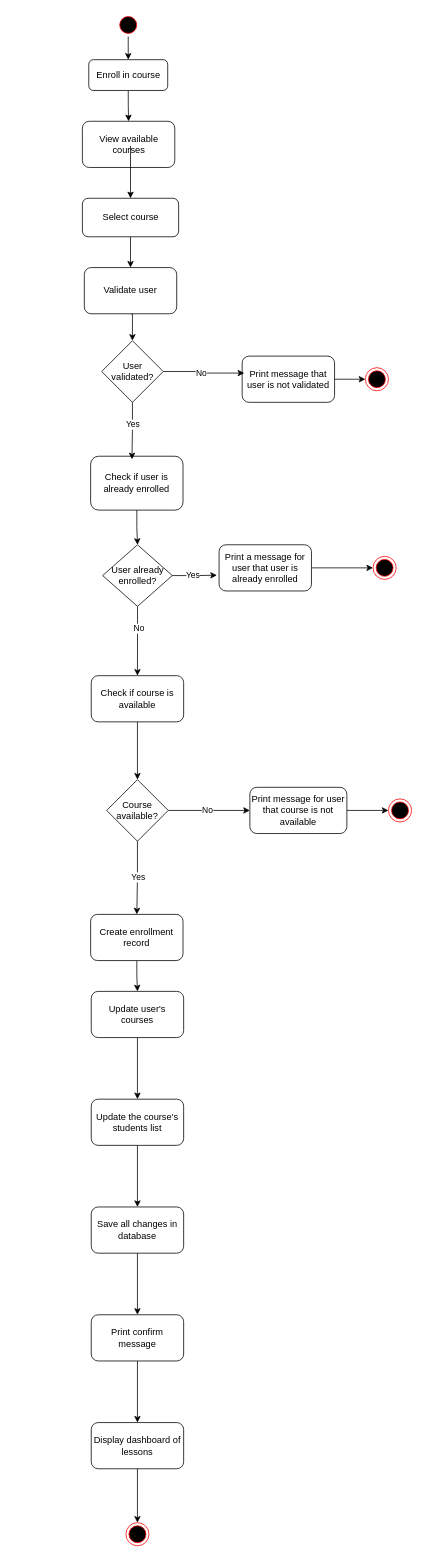
catray05/prog2_lab6 keeps this draw.io diagram as page "Page-1" (1 of 2) of activityDiagram.drawio. Above is the earlier version. Source tidied: cells renumbered, new cells numbered last; positions are measured from the earlier drawing's top-left corner, leaving out a move shared by most shapes. Both pictures are drawn from the tidied source at 77%, with x=0, y=0 at pixel (82, 13).
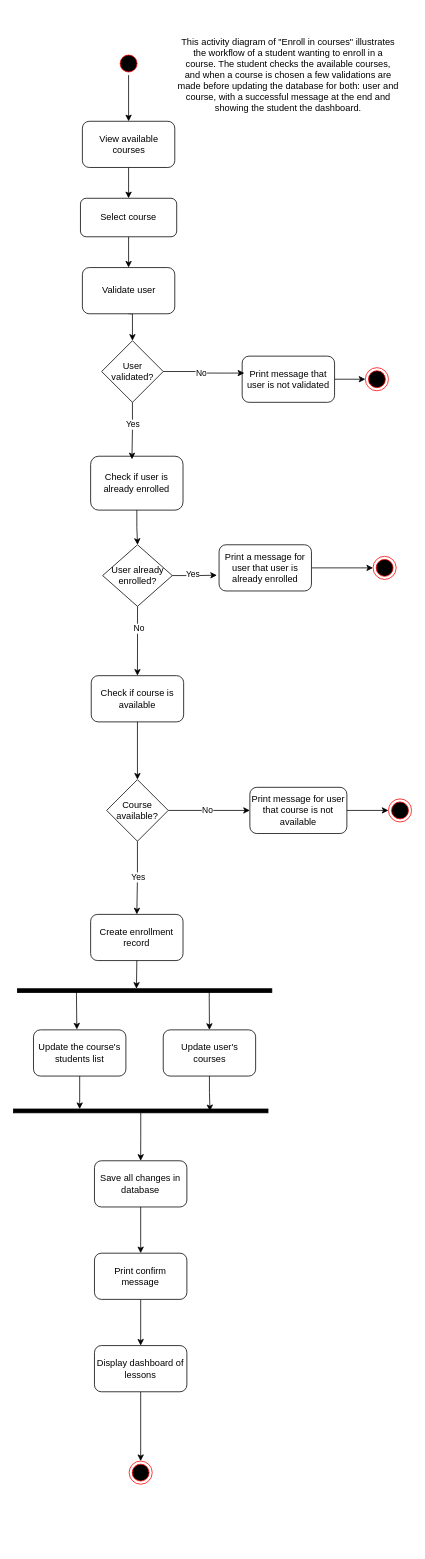
The same diagram, later.

Commit message:
almost the final, changes to sequence were made and added the short explaination

The change refers to these unchanged cells:
```xml
<mxCell id="2" value="View available courses" style="rounded=1;whiteSpace=wrap;html=1;" parent="1" vertex="1">
  <mxGeometry x="0.5" y="140" width="120" height="60" as="geometry" />
</mxCell>
<mxCell id="33" value="Create enrollment record" style="rounded=1;whiteSpace=wrap;html=1;" parent="1" vertex="1">
  <mxGeometry x="11.2" y="1170" width="120" height="60" as="geometry" />
</mxCell>
```

The edit, as a diff of the source:
```diff
@@
+    <mxCell id="53" style="edgeStyle=orthogonalEdgeStyle;rounded=0;jettySize=auto;html=1;entryX=0.5;entryY=0;entryDx=0;entryDy=0;" parent="1" edge="1" source="2" target="5">
+      <mxGeometry relative="1" as="geometry" />
+    </mxCell>
@@
-    <mxCell id="3" style="endArrow=classic;html=1;rounded=0;entryX=0.5;entryY=0;entryDx=0;entryDy=0;" parent="1" edge="1" target="5">
-      <mxGeometry relative="1" as="geometry">
-        <mxPoint x="63" y="172" as="sourcePoint" />
-      </mxGeometry>
-    </mxCell>
@@
     <mxCell id="5" value="Select course" style="rounded=1;whiteSpace=wrap;html=1;" parent="1" vertex="1">
-      <mxGeometry x="0.5" y="240" width="125" height="50" as="geometry" />
+      <mxGeometry x="-2" y="240" width="125" height="50" as="geometry" />
     </mxCell>
@@
-    <mxCell id="26" style="edgeStyle=orthogonalEdgeStyle;rounded=0;jettySize=auto;html=1;exitX=0.5;exitY=1;exitDx=0;exitDy=0;entryX=0.5;entryY=0;entryDx=0;entryDy=0;" parent="1" edge="1" source="27" target="52">
-      <mxGeometry relative="1" as="geometry" />
-    </mxCell>
+    <mxCell id="54" style="edgeStyle=orthogonalEdgeStyle;rounded=0;jettySize=auto;html=1;entryX=0.5;entryY=0;entryDx=0;entryDy=0;" parent="1" edge="1" source="27" target="2">
+      <mxGeometry relative="1" as="geometry" />
+    </mxCell>
     <mxCell id="27" style="ellipse;html=1;shape=startState;fillColor=#000000;strokeColor=#ff0000;" parent="1" vertex="1">
-      <mxGeometry x="45" width="30" height="30" as="geometry" />
+      <mxGeometry x="45.5" y="50" width="30" height="30" as="geometry" />
     </mxCell>
@@
-    <mxCell id="32" style="edgeStyle=orthogonalEdgeStyle;rounded=0;jettySize=auto;html=1;exitX=0.5;exitY=1;exitDx=0;exitDy=0;" parent="1" edge="1" source="33" target="35">
-      <mxGeometry relative="1" as="geometry" />
-    </mxCell>
@@
-    <mxCell id="34" style="edgeStyle=orthogonalEdgeStyle;rounded=0;jettySize=auto;html=1;" parent="1" edge="1" source="35" target="37">
-      <mxGeometry relative="1" as="geometry" />
-    </mxCell>
     <mxCell id="35" value="Update user's courses" style="rounded=1;whiteSpace=wrap;html=1;" parent="1" vertex="1">
-      <mxGeometry x="12" y="1270" width="120" height="60" as="geometry" />
+      <mxGeometry x="105.5" y="1320" width="120" height="60" as="geometry" />
     </mxCell>
-    <mxCell id="36" style="edgeStyle=orthogonalEdgeStyle;rounded=0;jettySize=auto;html=1;" parent="1" edge="1" source="37" target="39">
-      <mxGeometry relative="1" as="geometry" />
-    </mxCell>
     <mxCell id="37" value="Update the course's students list" style="whiteSpace=wrap;html=1;rounded=1;" parent="1" vertex="1">
-      <mxGeometry x="12" y="1410" width="120" height="60" as="geometry" />
+      <mxGeometry x="-63" y="1320" width="120" height="60" as="geometry" />
     </mxCell>
@@
     <mxCell id="39" value="Save all changes in database" style="whiteSpace=wrap;html=1;rounded=1;" parent="1" vertex="1">
-      <mxGeometry x="12" y="1550" width="120" height="60" as="geometry" />
+      <mxGeometry x="16.2" y="1490" width="120" height="60" as="geometry" />
     </mxCell>
@@
     <mxCell id="41" value="Print confirm message" style="rounded=1;whiteSpace=wrap;html=1;" parent="1" vertex="1">
-      <mxGeometry x="12" y="1690" width="120" height="60" as="geometry" />
+      <mxGeometry x="16.2" y="1610" width="120" height="60" as="geometry" />
     </mxCell>
@@
     <mxCell id="43" value="Display dashboard of lessons" style="rounded=1;whiteSpace=wrap;html=1;" parent="1" vertex="1">
-      <mxGeometry x="12" y="1830" width="120" height="60" as="geometry" />
+      <mxGeometry x="16.2" y="1730" width="120" height="60" as="geometry" />
     </mxCell>
     <mxCell id="44" style="ellipse;html=1;shape=endState;fillColor=#000000;strokeColor=#ff0000;" parent="1" vertex="1">
-      <mxGeometry x="57" y="1960" width="30" height="30" as="geometry" />
+      <mxGeometry x="61.2" y="1880" width="30" height="30" as="geometry" />
     </mxCell>
@@
     <mxCell id="46" value="Validate user" style="rounded=1;whiteSpace=wrap;html=1;" parent="1" vertex="1">
-      <mxGeometry x="3" y="330" width="120" height="60" as="geometry" />
+      <mxGeometry x="0.5" y="330" width="120" height="60" as="geometry" />
     </mxCell>
@@
-    <mxCell id="51" style="edgeStyle=orthogonalEdgeStyle;rounded=0;jettySize=auto;html=1;exitX=0.5;exitY=1;exitDx=0;exitDy=0;entryX=0.5;entryY=0;entryDx=0;entryDy=0;" parent="1" edge="1" source="52" target="2">
-      <mxGeometry relative="1" as="geometry" />
-    </mxCell>
-    <mxCell id="52" value="Enroll in course" style="rounded=1;whiteSpace=wrap;html=1;" parent="1" vertex="1">
-      <mxGeometry x="8.8" y="60" width="102.5" height="40" as="geometry" />
-    </mxCell>
+    <mxCell id="55" style="html=1;points=[];perimeter=orthogonalPerimeter;fillColor=strokeColor;rotation=90;" parent="1" vertex="1">
+      <mxGeometry x="78.8" y="1103.8" width="5" height="330.5" as="geometry" />
+    </mxCell>
+    <mxCell id="56" style="edgeStyle=orthogonalEdgeStyle;rounded=0;jettySize=auto;html=1;entryX=0.5;entryY=0;entryDx=0;entryDy=0;" parent="1" edge="1" source="57" target="39">
+      <mxGeometry relative="1" as="geometry" />
+    </mxCell>
+    <mxCell id="57" style="html=1;points=[];perimeter=orthogonalPerimeter;fillColor=strokeColor;rotation=90;" parent="1" vertex="1">
+      <mxGeometry x="73.8" y="1260" width="5" height="330.5" as="geometry" />
+    </mxCell>
+    <mxCell id="58" style="edgeStyle=orthogonalEdgeStyle;rounded=0;jettySize=auto;html=1;exitX=0.5;exitY=1;exitDx=0;exitDy=0;entryX=0.003;entryY=0.532;entryDx=0;entryDy=0;entryPerimeter=0;" parent="1" edge="1" source="33" target="55">
+      <mxGeometry relative="1" as="geometry" />
+    </mxCell>
+    <mxCell id="59" style="endArrow=classic;html=1;rounded=0;entryX=0.469;entryY=-0.009;entryDx=0;entryDy=0;entryPerimeter=0;exitX=0.643;exitY=0.768;exitDx=0;exitDy=0;exitPerimeter=0;" parent="1" edge="1" source="55" target="37">
+      <mxGeometry relative="1" as="geometry" />
+    </mxCell>
+    <mxCell id="60" style="endArrow=classic;html=1;rounded=0;entryX=0.5;entryY=0;entryDx=0;entryDy=0;exitX=0.643;exitY=0.768;exitDx=0;exitDy=0;exitPerimeter=0;" parent="1" edge="1" target="35">
+      <mxGeometry relative="1" as="geometry">
+        <mxPoint x="165.2" y="1271" as="sourcePoint" />
+      </mxGeometry>
+    </mxCell>
+    <mxCell id="61" style="edgeStyle=orthogonalEdgeStyle;rounded=0;jettySize=auto;html=1;exitX=0.5;exitY=1;exitDx=0;exitDy=0;entryX=0.021;entryY=0.74;entryDx=0;entryDy=0;entryPerimeter=0;" parent="1" edge="1" source="37" target="57">
+      <mxGeometry relative="1" as="geometry" />
+    </mxCell>
+    <mxCell id="62" style="edgeStyle=orthogonalEdgeStyle;rounded=0;jettySize=auto;html=1;entryX=0.57;entryY=0.228;entryDx=0;entryDy=0;entryPerimeter=0;" parent="1" edge="1" source="35" target="57">
+      <mxGeometry relative="1" as="geometry" />
+    </mxCell>
+    <mxCell id="63" value="This activity diagram of &quot;Enroll in courses&quot; illustrates the workflow of a student wanting to enroll in a course. The student checks the available courses, and when a course is chosen a few validations are made before updating the database for both: user and course, with a successful message at the end and showing the student the dashboard." style="text;html=1;whiteSpace=wrap;strokeColor=none;fillColor=none;align=center;verticalAlign=middle;rounded=0;" parent="1" vertex="1">
+      <mxGeometry x="123" y="40" width="290" height="80" as="geometry" />
+    </mxCell>
```
